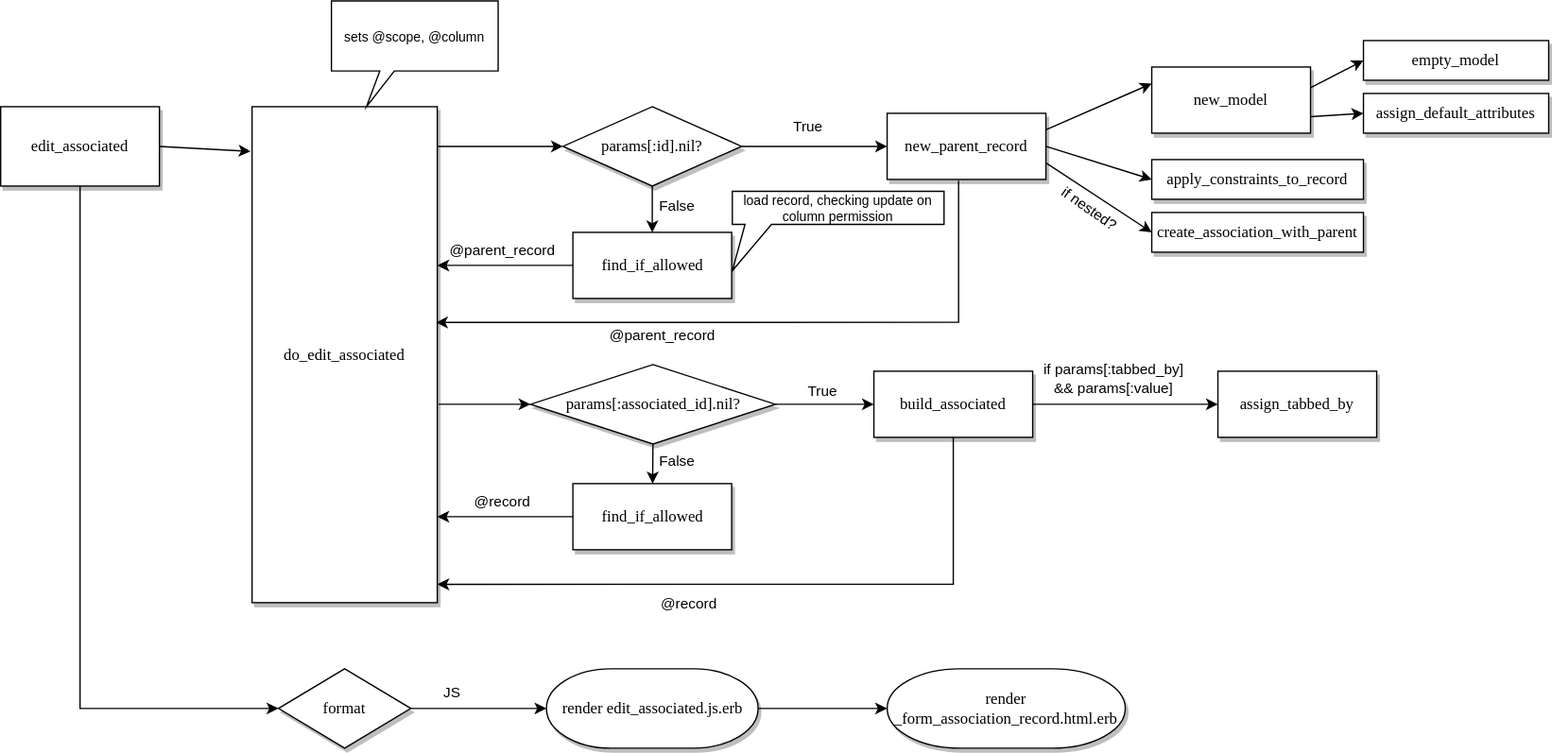
The draw.io diagram diagrams/edit_associated.drawio.svg in activescaffold/active_scaffold, before a commit. Source tidied: cells renumbered, new cells last; positions are measured from the earlier drawing's top-left corner, leaving out a move shared by most shapes. The source it was exported from:
```xml
<mxGraphModel>
  <root>
    <mxCell id="0" />
    <mxCell id="1" parent="0" />
    <mxCell id="2" style="rounded=0;jettySize=auto;html=1;exitX=1;exitY=0.5;exitDx=0;exitDy=0;entryX=-0.008;entryY=0.09;entryDx=0;entryDy=0;entryPerimeter=0;" parent="1" edge="1" source="3" target="9">
      <mxGeometry relative="1" as="geometry" />
    </mxCell>
    <mxCell id="3" value="edit_associated" style="rounded=0;whiteSpace=wrap;html=1;shadow=1;labelBackgroundColor=none;strokeWidth=1;fontFamily=Verdana;fontSize=12;align=center;" parent="1" vertex="1">
      <mxGeometry y="80" width="120" height="60" as="geometry" />
    </mxCell>
    <mxCell id="4" style="edgeStyle=orthogonalEdgeStyle;rounded=0;jettySize=auto;html=1;exitX=1;exitY=0.5;exitDx=0;exitDy=0;entryX=0;entryY=0.5;entryDx=0;entryDy=0;entryPerimeter=0;" parent="1" edge="1" source="6" target="21">
      <mxGeometry relative="1" as="geometry" />
    </mxCell>
    <mxCell id="5" value="JS" style="edgeLabel;html=1;align=center;verticalAlign=middle;" parent="4" vertex="1">
      <mxGeometry x="-0.22" relative="1" as="geometry">
        <mxPoint x="-10" y="-13" as="offset" />
      </mxGeometry>
    </mxCell>
    <mxCell id="6" value="format" style="rhombus;whiteSpace=wrap;html=1;rounded=0;shadow=1;labelBackgroundColor=none;strokeWidth=1;fontFamily=Verdana;fontSize=12;align=center;" parent="1" vertex="1">
      <mxGeometry x="210" y="505" width="100" height="60" as="geometry" />
    </mxCell>
    <mxCell id="7" style="rounded=0;jettySize=auto;html=1;exitX=0.5;exitY=1;exitDx=0;exitDy=0;edgeStyle=orthogonalEdgeStyle;entryX=0;entryY=0.5;entryDx=0;entryDy=0;" parent="1" edge="1" source="3" target="6">
      <mxGeometry relative="1" as="geometry">
        <Array as="points">
          <mxPoint x="60" y="535" />
        </Array>
      </mxGeometry>
    </mxCell>
    <mxCell id="8" style="edgeStyle=none;html=1;entryX=0;entryY=0.5;entryDx=0;entryDy=0;exitX=1.007;exitY=0.6;exitDx=0;exitDy=0;exitPerimeter=0;" parent="1" edge="1" source="9" target="29">
      <mxGeometry relative="1" as="geometry" />
    </mxCell>
    <mxCell id="9" value="do_edit_associated" style="rounded=0;whiteSpace=wrap;html=1;shadow=1;labelBackgroundColor=none;strokeWidth=1;fontFamily=Verdana;fontSize=12;align=center;" parent="1" vertex="1">
      <mxGeometry x="190" y="80" width="140" height="375" as="geometry" />
    </mxCell>
    <mxCell id="10" style="edgeStyle=orthogonalEdgeStyle;rounded=0;jettySize=auto;html=1;entryX=0;entryY=0.5;entryDx=0;entryDy=0;" parent="1" edge="1" target="24">
      <mxGeometry relative="1" as="geometry">
        <mxPoint x="330" y="110" as="sourcePoint" />
      </mxGeometry>
    </mxCell>
    <mxCell id="11" value="True" style="rounded=0;jettySize=auto;html=1;exitX=1;exitY=0.5;exitDx=0;exitDy=0;entryX=0;entryY=0.5;entryDx=0;entryDy=0;" parent="1" edge="1" source="24" target="17">
      <mxGeometry x="-0.09" y="15" relative="1" as="geometry" />
    </mxCell>
    <mxCell id="12" style="rounded=0;jettySize=auto;html=1;exitX=0.45;exitY=1.02;exitDx=0;exitDy=0;exitPerimeter=0;entryX=0.993;entryY=0.435;entryDx=0;entryDy=0;entryPerimeter=0;" parent="1" edge="1" source="17" target="9">
      <mxGeometry relative="1" as="geometry">
        <Array as="points">
          <mxPoint x="724" y="243" />
        </Array>
      </mxGeometry>
    </mxCell>
    <mxCell id="13" value="@parent_record" style="edgeLabel;html=1;align=center;verticalAlign=middle;" parent="12" vertex="1">
      <mxGeometry x="0.31" y="9" relative="1" as="geometry">
        <mxPoint x="-3" as="offset" />
      </mxGeometry>
    </mxCell>
    <mxCell id="14" style="edgeStyle=none;html=1;exitX=1;exitY=0.25;exitDx=0;exitDy=0;entryX=0;entryY=0.25;entryDx=0;entryDy=0;" parent="1" edge="1" source="17" target="32">
      <mxGeometry relative="1" as="geometry" />
    </mxCell>
    <mxCell id="15" style="edgeStyle=none;html=1;exitX=1;exitY=0.5;exitDx=0;exitDy=0;entryX=0;entryY=0.5;entryDx=0;entryDy=0;" parent="1" edge="1" source="17" target="35">
      <mxGeometry relative="1" as="geometry" />
    </mxCell>
    <mxCell id="16" style="edgeStyle=none;html=1;exitX=1;exitY=0.75;exitDx=0;exitDy=0;entryX=0;entryY=0.5;entryDx=0;entryDy=0;" parent="1" edge="1" source="17" target="36">
      <mxGeometry x="0.25" relative="1" as="geometry" />
    </mxCell>
    <mxCell id="17" value="new_parent_record" style="rounded=0;whiteSpace=wrap;html=1;shadow=1;labelBackgroundColor=none;strokeWidth=1;fontFamily=Verdana;fontSize=12;align=center;" parent="1" vertex="1">
      <mxGeometry x="670" y="85" width="120" height="50" as="geometry" />
    </mxCell>
    <mxCell id="18" value="load record, checking update on&lt;br style=&quot;border-color: var(--border-color);&quot;&gt;column permission" style="shape=callout;whiteSpace=wrap;html=1;perimeter=calloutPerimeter;size=35;position=0.06;position2=0;fontSize=10;" parent="1" vertex="1">
      <mxGeometry x="553" y="144" width="160" height="60" as="geometry" />
    </mxCell>
    <mxCell id="19" value="sets @scope, @column" style="shape=callout;whiteSpace=wrap;html=1;perimeter=calloutPerimeter;size=27;position=0.29;position2=0.21;fontSize=10;base=11;" parent="1" vertex="1">
      <mxGeometry x="250" width="126" height="80" as="geometry" />
    </mxCell>
    <mxCell id="20" style="edgeStyle=orthogonalEdgeStyle;rounded=0;html=1;entryX=0;entryY=0.5;entryDx=0;entryDy=0;entryPerimeter=0;" parent="1" edge="1" source="21" target="22">
      <mxGeometry relative="1" as="geometry" />
    </mxCell>
    <mxCell id="21" value="render edit_associated.js.erb" style="strokeWidth=1;html=1;shape=mxgraph.flowchart.terminator;whiteSpace=wrap;rounded=0;shadow=1;labelBackgroundColor=none;fontFamily=Verdana;fontSize=12;align=center;" parent="1" vertex="1">
      <mxGeometry x="412.5" y="505" width="160" height="60" as="geometry" />
    </mxCell>
    <mxCell id="22" value="render _form_association_record.html.erb" style="strokeWidth=1;html=1;shape=mxgraph.flowchart.terminator;whiteSpace=wrap;rounded=0;shadow=1;labelBackgroundColor=none;fontFamily=Verdana;fontSize=12;align=center;" parent="1" vertex="1">
      <mxGeometry x="670" y="505" width="180" height="60" as="geometry" />
    </mxCell>
    <mxCell id="23" value="False" style="edgeStyle=none;html=1;" parent="1" edge="1" source="24" target="27">
      <mxGeometry x="-0.14" y="18" relative="1" as="geometry" />
    </mxCell>
    <mxCell id="24" value="params[:id].nil?" style="rhombus;whiteSpace=wrap;html=1;rounded=0;shadow=1;labelBackgroundColor=none;strokeWidth=1;fontFamily=Verdana;fontSize=12;align=center;" parent="1" vertex="1">
      <mxGeometry x="425" y="80" width="135" height="60" as="geometry" />
    </mxCell>
    <mxCell id="25" style="edgeStyle=none;html=1;exitX=0;exitY=0.5;exitDx=0;exitDy=0;" parent="1" edge="1" source="27">
      <mxGeometry relative="1" as="geometry">
        <mxPoint x="330" y="200" as="targetPoint" />
      </mxGeometry>
    </mxCell>
    <mxCell id="26" value="@parent_record" style="edgeLabel;html=1;align=center;verticalAlign=middle;" parent="25" vertex="1">
      <mxGeometry x="0.4" y="-4" relative="1" as="geometry">
        <mxPoint x="17" y="-8" as="offset" />
      </mxGeometry>
    </mxCell>
    <mxCell id="27" value="find_if_allowed" style="rounded=0;whiteSpace=wrap;html=1;shadow=1;labelBackgroundColor=none;strokeWidth=1;fontFamily=Verdana;fontSize=12;align=center;" parent="1" vertex="1">
      <mxGeometry x="432.5" y="175" width="120" height="50" as="geometry" />
    </mxCell>
    <mxCell id="28" value="True" style="edgeStyle=none;html=1;" parent="1" edge="1" source="29" target="46">
      <mxGeometry x="-0.07" y="10" relative="1" as="geometry" />
    </mxCell>
    <mxCell id="29" value="params[:associated_id].nil?" style="rhombus;whiteSpace=wrap;html=1;rounded=0;shadow=1;labelBackgroundColor=none;strokeWidth=1;fontFamily=Verdana;fontSize=12;align=center;" parent="1" vertex="1">
      <mxGeometry x="400.5" y="275" width="185" height="60" as="geometry" />
    </mxCell>
    <mxCell id="30" style="edgeStyle=none;html=1;entryX=0;entryY=0.5;entryDx=0;entryDy=0;exitX=1;exitY=0.312;exitDx=0;exitDy=0;exitPerimeter=0;" parent="1" edge="1" source="32" target="33">
      <mxGeometry relative="1" as="geometry" />
    </mxCell>
    <mxCell id="31" style="edgeStyle=none;html=1;exitX=1;exitY=0.75;exitDx=0;exitDy=0;entryX=0;entryY=0.5;entryDx=0;entryDy=0;" parent="1" edge="1" source="32" target="34">
      <mxGeometry relative="1" as="geometry" />
    </mxCell>
    <mxCell id="32" value="new_model" style="rounded=0;whiteSpace=wrap;html=1;shadow=1;labelBackgroundColor=none;strokeWidth=1;fontFamily=Verdana;fontSize=12;align=center;" parent="1" vertex="1">
      <mxGeometry x="870" y="50" width="120" height="50" as="geometry" />
    </mxCell>
    <mxCell id="33" value="empty_model" style="rounded=0;whiteSpace=wrap;html=1;shadow=1;labelBackgroundColor=none;strokeWidth=1;fontFamily=Verdana;fontSize=12;align=center;" parent="1" vertex="1">
      <mxGeometry x="1030" y="30" width="140" height="30" as="geometry" />
    </mxCell>
    <mxCell id="34" value="assign_default_attributes" style="rounded=0;whiteSpace=wrap;html=1;shadow=1;labelBackgroundColor=none;strokeWidth=1;fontFamily=Verdana;fontSize=12;align=center;" parent="1" vertex="1">
      <mxGeometry x="1030" y="70" width="140" height="30" as="geometry" />
    </mxCell>
    <mxCell id="35" value="apply_constraints_to_record" style="rounded=0;whiteSpace=wrap;html=1;shadow=1;labelBackgroundColor=none;strokeWidth=1;fontFamily=Verdana;fontSize=12;align=center;" parent="1" vertex="1">
      <mxGeometry x="870" y="120" width="160" height="30" as="geometry" />
    </mxCell>
    <mxCell id="36" value="create_association_with_parent" style="rounded=0;whiteSpace=wrap;html=1;shadow=1;labelBackgroundColor=none;strokeWidth=1;fontFamily=Verdana;fontSize=12;align=center;" parent="1" vertex="1">
      <mxGeometry x="870" y="160" width="160" height="30" as="geometry" />
    </mxCell>
    <mxCell id="37" value="if nested?" style="edgeLabel;html=1;align=center;verticalAlign=middle;rotation=35.2;" parent="1" vertex="1">
      <mxGeometry x="820" y="160" as="geometry">
        <mxPoint y="-5" as="offset" />
      </mxGeometry>
    </mxCell>
    <mxCell id="38" value="False" style="edgeStyle=none;html=1;exitX=0.5;exitY=1;exitDx=0;exitDy=0;" parent="1" edge="1" source="29" target="41">
      <mxGeometry x="-0.14" y="18" relative="1" as="geometry" />
    </mxCell>
    <mxCell id="39" style="edgeStyle=none;html=1;exitX=0;exitY=0.5;exitDx=0;exitDy=0;" parent="1" edge="1" source="41">
      <mxGeometry relative="1" as="geometry">
        <mxPoint x="330" y="390" as="targetPoint" />
      </mxGeometry>
    </mxCell>
    <mxCell id="40" value="@record" style="edgeLabel;html=1;align=center;verticalAlign=middle;" parent="39" vertex="1">
      <mxGeometry x="0.4" y="-4" relative="1" as="geometry">
        <mxPoint x="17" y="-8" as="offset" />
      </mxGeometry>
    </mxCell>
    <mxCell id="41" value="find_if_allowed" style="rounded=0;whiteSpace=wrap;html=1;shadow=1;labelBackgroundColor=none;strokeWidth=1;fontFamily=Verdana;fontSize=12;align=center;" parent="1" vertex="1">
      <mxGeometry x="432.5" y="365" width="120" height="50" as="geometry" />
    </mxCell>
    <mxCell id="42" style="edgeStyle=none;html=1;entryX=1;entryY=0.963;entryDx=0;entryDy=0;entryPerimeter=0;rounded=0;" parent="1" edge="1" source="46" target="9">
      <mxGeometry relative="1" as="geometry">
        <Array as="points">
          <mxPoint x="720" y="441" />
        </Array>
      </mxGeometry>
    </mxCell>
    <mxCell id="43" value="@record" style="edgeLabel;html=1;align=center;verticalAlign=middle;" parent="42" vertex="1">
      <mxGeometry x="0.29" y="-2" relative="1" as="geometry">
        <mxPoint x="13" y="16" as="offset" />
      </mxGeometry>
    </mxCell>
    <mxCell id="44" style="edgeStyle=none;rounded=0;html=1;entryX=0;entryY=0.5;entryDx=0;entryDy=0;" parent="1" edge="1" source="46" target="47">
      <mxGeometry relative="1" as="geometry" />
    </mxCell>
    <mxCell id="45" value="if params[:tabbed_by]&lt;br&gt;&amp;amp;&amp;amp; params[:value]" style="edgeLabel;html=1;align=center;verticalAlign=middle;" parent="44" vertex="1">
      <mxGeometry x="-0.21" y="-3" relative="1" as="geometry">
        <mxPoint x="5" y="-23" as="offset" />
      </mxGeometry>
    </mxCell>
    <mxCell id="46" value="build_associated" style="rounded=0;whiteSpace=wrap;html=1;shadow=1;labelBackgroundColor=none;strokeWidth=1;fontFamily=Verdana;fontSize=12;align=center;" parent="1" vertex="1">
      <mxGeometry x="660" y="280" width="120" height="50" as="geometry" />
    </mxCell>
    <mxCell id="47" value="assign_tabbed_by" style="rounded=0;whiteSpace=wrap;html=1;shadow=1;labelBackgroundColor=none;strokeWidth=1;fontFamily=Verdana;fontSize=12;align=center;" parent="1" vertex="1">
      <mxGeometry x="920" y="280" width="120" height="50" as="geometry" />
    </mxCell>
  </root>
</mxGraphModel>
```
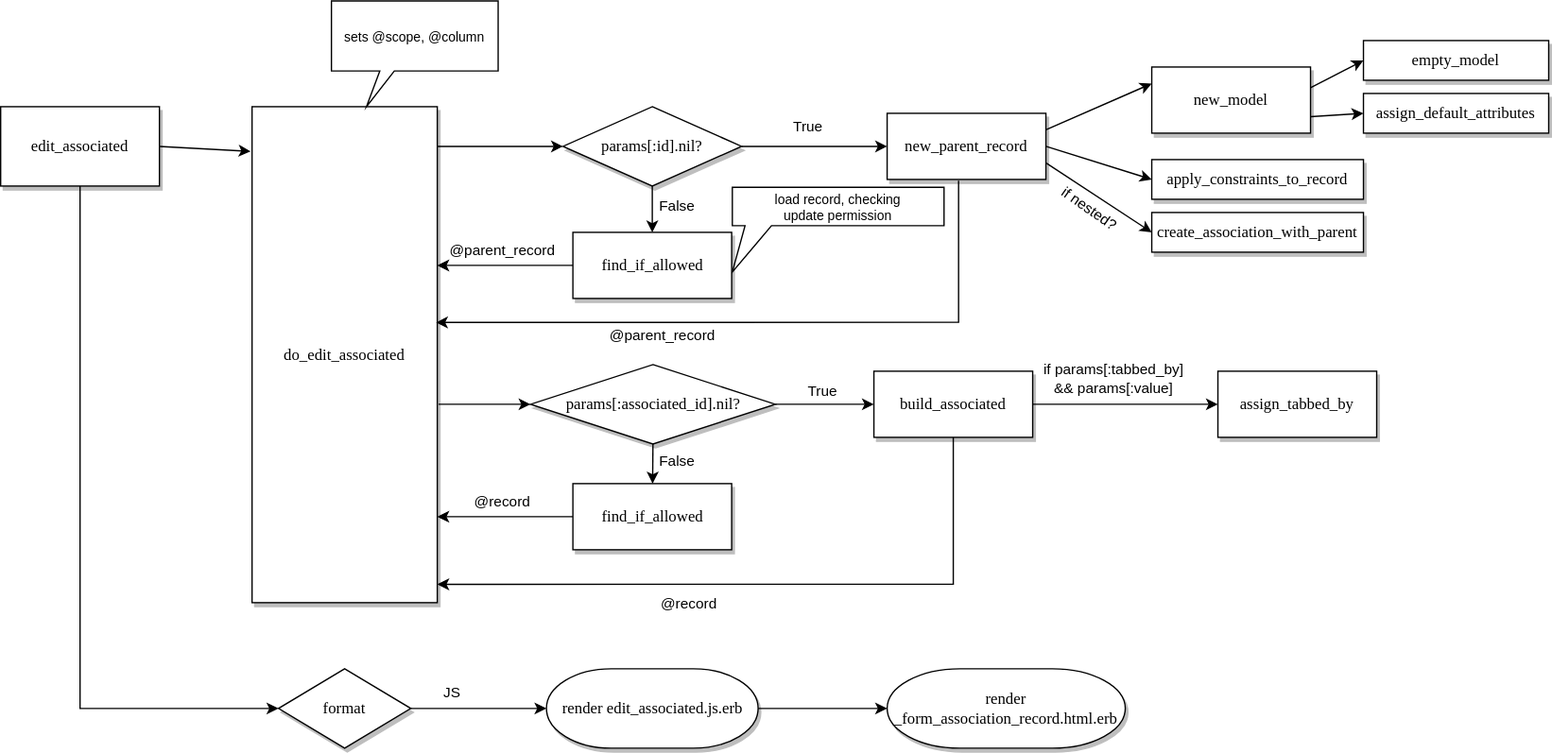
Later version of the same file.

Change to the diagram source:
```diff
@@ -64,8 +64,8 @@
     <mxCell id="17" value="new_parent_record" style="rounded=0;whiteSpace=wrap;html=1;shadow=1;labelBackgroundColor=none;strokeWidth=1;fontFamily=Verdana;fontSize=12;align=center;" parent="1" vertex="1">
       <mxGeometry x="670" y="85" width="120" height="50" as="geometry" />
     </mxCell>
-    <mxCell id="18" value="load record, checking update on&lt;br style=&quot;border-color: var(--border-color);&quot;&gt;column permission" style="shape=callout;whiteSpace=wrap;html=1;perimeter=calloutPerimeter;size=35;position=0.06;position2=0;fontSize=10;" parent="1" vertex="1">
-      <mxGeometry x="553" y="144" width="160" height="60" as="geometry" />
+    <mxCell id="18" value="load record, checking update&amp;nbsp;permission" style="shape=callout;whiteSpace=wrap;html=1;perimeter=calloutPerimeter;size=35;position=0.06;position2=0;fontSize=10;" parent="1" vertex="1">
+      <mxGeometry x="553" y="141" width="160" height="64" as="geometry" />
     </mxCell>
     <mxCell id="19" value="sets @scope, @column" style="shape=callout;whiteSpace=wrap;html=1;perimeter=calloutPerimeter;size=27;position=0.29;position2=0.21;fontSize=10;base=11;" parent="1" vertex="1">
       <mxGeometry x="250" width="126" height="80" as="geometry" />
```
